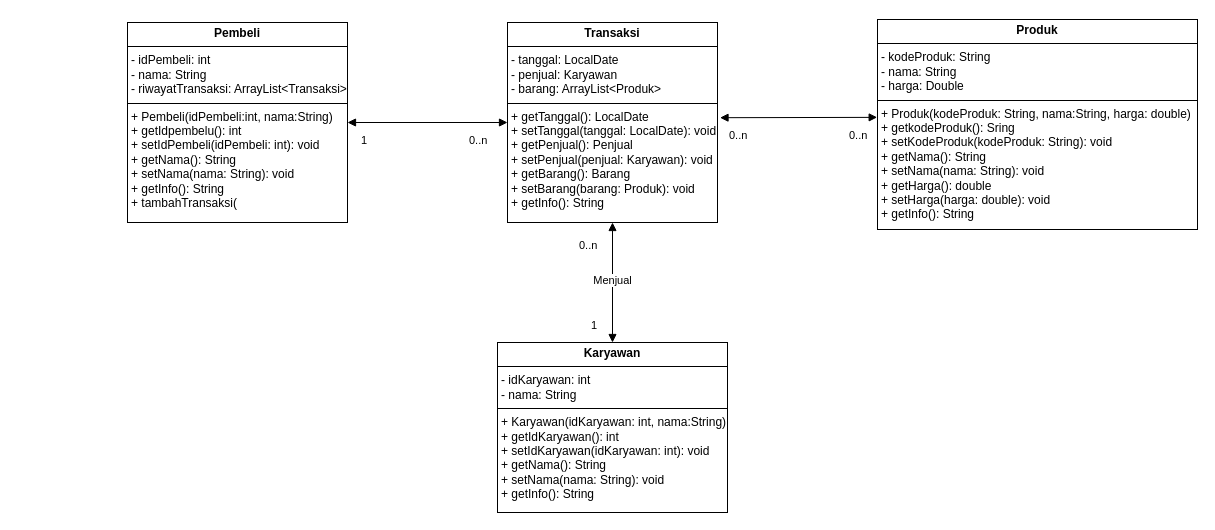
This is Class Diagram (PBO).drawio from roqueforti/PBO, a draw.io file, before an edit. Source tidied: cells renumbered, new cells numbered last; positions are measured from the earlier drawing's top-left corner, leaving out a move shared by most shapes. Both pictures are drawn from the tidied source at 100%, with x=0, y=0 at pixel (127, 19).
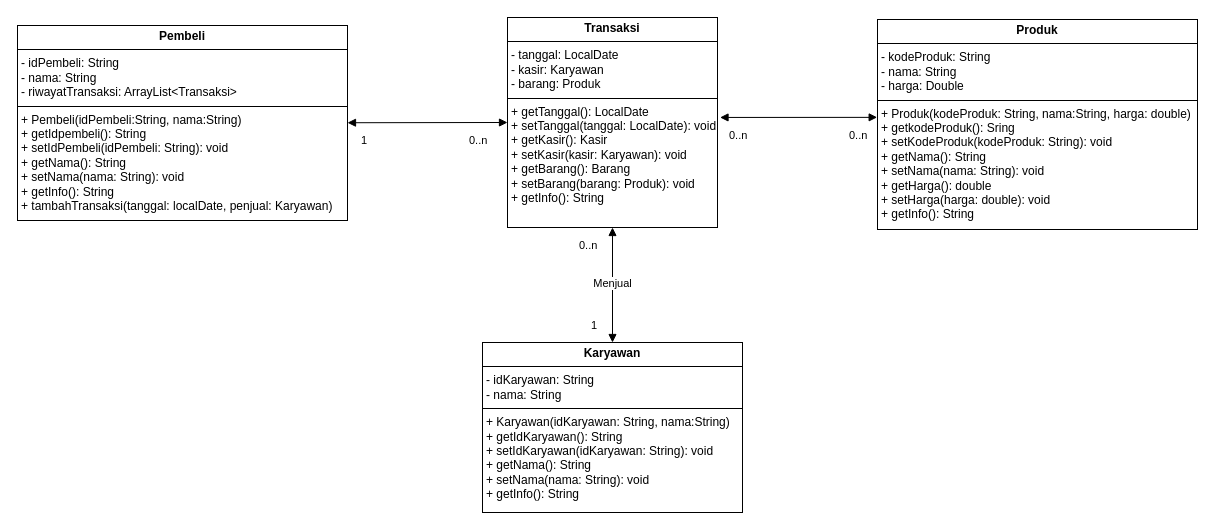
After the change.

Diff of the diagram source:
```diff
@@
 <mxGraphModel>
   <root>
     <mxCell id="0" />
     <mxCell id="1" parent="0" />
-    <mxCell id="2" value="&lt;p style=&quot;margin:0px;margin-top:4px;text-align:center;&quot;&gt;&lt;b&gt;Pembeli&lt;/b&gt;&lt;/p&gt;&lt;hr size=&quot;1&quot; style=&quot;border-style:solid;&quot;&gt;&lt;p style=&quot;margin:0px;margin-left:4px;&quot;&gt;- idPembeli: int&lt;/p&gt;&lt;p style=&quot;margin:0px;margin-left:4px;&quot;&gt;- nama: String&lt;/p&gt;&lt;p style=&quot;margin:0px;margin-left:4px;&quot;&gt;- riwayatTransaksi: ArrayList&amp;lt;Transaksi&amp;gt;&lt;/p&gt;&lt;hr size=&quot;1&quot; style=&quot;border-style:solid;&quot;&gt;&lt;p style=&quot;margin:0px;margin-left:4px;&quot;&gt;+ Pembeli(idPembeli:int, nama:String)&lt;/p&gt;&lt;p style=&quot;margin:0px;margin-left:4px;&quot;&gt;+ getIdpembelu(): int&lt;/p&gt;&lt;p style=&quot;margin:0px;margin-left:4px;&quot;&gt;+ setIdPembeli(idPembeli: int): void&lt;/p&gt;&lt;p style=&quot;margin:0px;margin-left:4px;&quot;&gt;+ getNama(): String&lt;/p&gt;&lt;p style=&quot;margin:0px;margin-left:4px;&quot;&gt;+ setNama(nama: String): void&lt;/p&gt;&lt;p style=&quot;margin:0px;margin-left:4px;&quot;&gt;+ getInfo(): String&lt;/p&gt;&lt;p style=&quot;margin:0px;margin-left:4px;&quot;&gt;+ tambahTransaksi(&lt;/p&gt;" style="verticalAlign=top;align=left;overflow=fill;html=1;whiteSpace=wrap;" parent="1" vertex="1">
-      <mxGeometry y="3" width="220" height="200" as="geometry" />
+    <mxCell id="2" value="&lt;p style=&quot;margin:0px;margin-top:4px;text-align:center;&quot;&gt;&lt;b&gt;Pembeli&lt;/b&gt;&lt;/p&gt;&lt;hr style=&quot;border-style:solid;&quot; size=&quot;1&quot;&gt;&lt;p style=&quot;margin:0px;margin-left:4px;&quot;&gt;- idPembeli: String&lt;br&gt;&lt;/p&gt;&lt;p style=&quot;margin:0px;margin-left:4px;&quot;&gt;- nama: String&lt;/p&gt;&lt;p style=&quot;margin:0px;margin-left:4px;&quot;&gt;- riwayatTransaksi: ArrayList&amp;lt;Transaksi&amp;gt;&lt;/p&gt;&lt;hr style=&quot;border-style:solid;&quot; size=&quot;1&quot;&gt;&lt;p style=&quot;margin:0px;margin-left:4px;&quot;&gt;+ Pembeli(idPembeli:String, nama:String)&lt;/p&gt;&lt;p style=&quot;margin:0px;margin-left:4px;&quot;&gt;+ getIdpembeli(): String&lt;br&gt;&lt;/p&gt;&lt;p style=&quot;margin:0px;margin-left:4px;&quot;&gt;+ setIdPembeli(idPembeli: String): void&lt;/p&gt;&lt;p style=&quot;margin:0px;margin-left:4px;&quot;&gt;+ getNama(): String&lt;/p&gt;&lt;p style=&quot;margin:0px;margin-left:4px;&quot;&gt;+ setNama(nama: String): void&lt;/p&gt;&lt;p style=&quot;margin:0px;margin-left:4px;&quot;&gt;+ getInfo(): String&lt;/p&gt;&lt;p style=&quot;margin:0px;margin-left:4px;&quot;&gt;+ tambahTransaksi(tanggal: localDate, penjual: Karyawan)&lt;br&gt;&lt;/p&gt;" style="verticalAlign=top;align=left;overflow=fill;html=1;whiteSpace=wrap;" parent="1" vertex="1">
+      <mxGeometry x="-110" y="6" width="330" height="195" as="geometry" />
     </mxCell>
-    <mxCell id="3" value="&lt;p style=&quot;margin:0px;margin-top:4px;text-align:center;&quot;&gt;&lt;b&gt;Transaksi&lt;/b&gt;&lt;/p&gt;&lt;hr size=&quot;1&quot; style=&quot;border-style:solid;&quot;&gt;&lt;p style=&quot;margin:0px;margin-left:4px;&quot;&gt;- tanggal: LocalDate&lt;/p&gt;&lt;p style=&quot;margin:0px;margin-left:4px;&quot;&gt;- penjual: Karyawan&lt;/p&gt;&lt;p style=&quot;margin:0px;margin-left:4px;&quot;&gt;- barang: ArrayList&amp;lt;Produk&amp;gt;&lt;/p&gt;&lt;hr size=&quot;1&quot; style=&quot;border-style:solid;&quot;&gt;&lt;p style=&quot;margin:0px;margin-left:4px;&quot;&gt;+ getTanggal(): LocalDate&lt;/p&gt;&lt;p style=&quot;margin:0px;margin-left:4px;&quot;&gt;+ setTanggal(tanggal: LocalDate): void&lt;/p&gt;&lt;p style=&quot;margin:0px;margin-left:4px;&quot;&gt;+ getPenjual(): Penjual&lt;/p&gt;&lt;p style=&quot;margin:0px;margin-left:4px;&quot;&gt;+ setPenjual(penjual: Karyawan): void&lt;/p&gt;&lt;p style=&quot;margin:0px;margin-left:4px;&quot;&gt;+ getBarang(): Barang&lt;/p&gt;&lt;p style=&quot;margin:0px;margin-left:4px;&quot;&gt;+ setBarang(barang: Produk): void&lt;/p&gt;&lt;p style=&quot;margin:0px;margin-left:4px;&quot;&gt;+ getInfo(): String&lt;/p&gt;" style="verticalAlign=top;align=left;overflow=fill;html=1;whiteSpace=wrap;" parent="1" vertex="1">
-      <mxGeometry x="380" y="3" width="210" height="200" as="geometry" />
+    <mxCell id="3" value="&lt;p style=&quot;margin:0px;margin-top:4px;text-align:center;&quot;&gt;&lt;b&gt;Transaksi&lt;/b&gt;&lt;/p&gt;&lt;hr style=&quot;border-style:solid;&quot; size=&quot;1&quot;&gt;&lt;p style=&quot;margin:0px;margin-left:4px;&quot;&gt;- tanggal: LocalDate&lt;/p&gt;&lt;p style=&quot;margin:0px;margin-left:4px;&quot;&gt;- kasir: Karyawan&lt;/p&gt;&lt;p style=&quot;margin:0px;margin-left:4px;&quot;&gt;- barang: Produk&lt;br&gt;&lt;/p&gt;&lt;hr style=&quot;border-style:solid;&quot; size=&quot;1&quot;&gt;&lt;p style=&quot;margin:0px;margin-left:4px;&quot;&gt;+ getTanggal(): LocalDate&lt;/p&gt;&lt;p style=&quot;margin:0px;margin-left:4px;&quot;&gt;+ setTanggal(tanggal: LocalDate): void&lt;/p&gt;&lt;p style=&quot;margin:0px;margin-left:4px;&quot;&gt;+ getKasir(): Kasir&lt;/p&gt;&lt;p style=&quot;margin:0px;margin-left:4px;&quot;&gt;+ setKasir(kasir: Karyawan): void&lt;/p&gt;&lt;p style=&quot;margin:0px;margin-left:4px;&quot;&gt;+ getBarang(): Barang&lt;/p&gt;&lt;p style=&quot;margin:0px;margin-left:4px;&quot;&gt;+ setBarang(barang: Produk): void&lt;/p&gt;&lt;p style=&quot;margin:0px;margin-left:4px;&quot;&gt;+ getInfo(): String&lt;/p&gt;" style="verticalAlign=top;align=left;overflow=fill;html=1;whiteSpace=wrap;" parent="1" vertex="1">
+      <mxGeometry x="380" y="-2" width="210" height="210" as="geometry" />
     </mxCell>
-    <mxCell id="4" value="&lt;p style=&quot;margin:0px;margin-top:4px;text-align:center;&quot;&gt;&lt;b&gt;Karyawan&lt;/b&gt;&lt;/p&gt;&lt;hr size=&quot;1&quot; style=&quot;border-style:solid;&quot;&gt;&lt;p style=&quot;margin:0px;margin-left:4px;&quot;&gt;- idKaryawan: int&lt;/p&gt;&lt;p style=&quot;margin:0px;margin-left:4px;&quot;&gt;- nama: String&lt;/p&gt;&lt;hr size=&quot;1&quot; style=&quot;border-style:solid;&quot;&gt;&lt;p style=&quot;margin:0px;margin-left:4px;&quot;&gt;+ Karyawan(idKaryawan: int, nama:String)&lt;/p&gt;&lt;p style=&quot;margin:0px;margin-left:4px;&quot;&gt;+ getIdKaryawan(): int&lt;/p&gt;&lt;p style=&quot;margin:0px;margin-left:4px;&quot;&gt;+ setIdKaryawan(idKaryawan: int): void&lt;/p&gt;&lt;p style=&quot;margin:0px;margin-left:4px;&quot;&gt;+ getNama(): String&lt;/p&gt;&lt;p style=&quot;margin:0px;margin-left:4px;&quot;&gt;+ setNama(nama: String): void&lt;/p&gt;&lt;p style=&quot;margin:0px;margin-left:4px;&quot;&gt;+ getInfo(): String&lt;/p&gt;" style="verticalAlign=top;align=left;overflow=fill;html=1;whiteSpace=wrap;" parent="1" vertex="1">
-      <mxGeometry x="370" y="323" width="230" height="170" as="geometry" />
+    <mxCell id="4" value="&lt;p style=&quot;margin:0px;margin-top:4px;text-align:center;&quot;&gt;&lt;b&gt;Karyawan&lt;/b&gt;&lt;/p&gt;&lt;hr style=&quot;border-style:solid;&quot; size=&quot;1&quot;&gt;&lt;p style=&quot;margin:0px;margin-left:4px;&quot;&gt;- idKaryawan: String&lt;br&gt;&lt;/p&gt;&lt;p style=&quot;margin:0px;margin-left:4px;&quot;&gt;- nama: String&lt;/p&gt;&lt;hr style=&quot;border-style:solid;&quot; size=&quot;1&quot;&gt;&lt;p style=&quot;margin:0px;margin-left:4px;&quot;&gt;+ Karyawan(idKaryawan: String, nama:String)&lt;/p&gt;&lt;p style=&quot;margin:0px;margin-left:4px;&quot;&gt;+ getIdKaryawan(): String&lt;br&gt;&lt;/p&gt;&lt;p style=&quot;margin:0px;margin-left:4px;&quot;&gt;+ setIdKaryawan(idKaryawan: String): void&lt;/p&gt;&lt;p style=&quot;margin:0px;margin-left:4px;&quot;&gt;+ getNama(): String&lt;/p&gt;&lt;p style=&quot;margin:0px;margin-left:4px;&quot;&gt;+ setNama(nama: String): void&lt;/p&gt;&lt;p style=&quot;margin:0px;margin-left:4px;&quot;&gt;+ getInfo(): String&lt;/p&gt;" style="verticalAlign=top;align=left;overflow=fill;html=1;whiteSpace=wrap;" parent="1" vertex="1">
+      <mxGeometry x="355" y="323" width="260" height="170" as="geometry" />
     </mxCell>
     <mxCell id="5" value="&lt;p style=&quot;margin:0px;margin-top:4px;text-align:center;&quot;&gt;&lt;b&gt;Produk&lt;/b&gt;&lt;/p&gt;&lt;hr size=&quot;1&quot; style=&quot;border-style:solid;&quot;&gt;&lt;p style=&quot;margin:0px;margin-left:4px;&quot;&gt;- kodeProduk: String&lt;/p&gt;&lt;p style=&quot;margin:0px;margin-left:4px;&quot;&gt;- nama: String&lt;/p&gt;&lt;p style=&quot;margin:0px;margin-left:4px;&quot;&gt;- harga: Double&lt;/p&gt;&lt;hr size=&quot;1&quot; style=&quot;border-style:solid;&quot;&gt;&lt;p style=&quot;margin:0px;margin-left:4px;&quot;&gt;+ Produk(kodeProduk: String, nama:String, harga: double)&lt;/p&gt;&lt;p style=&quot;margin:0px;margin-left:4px;&quot;&gt;+ getkodeProduk(): Sring&lt;/p&gt;&lt;p style=&quot;margin:0px;margin-left:4px;&quot;&gt;+ setKodeProduk(kodeProduk: String): void&lt;/p&gt;&lt;p style=&quot;margin:0px;margin-left:4px;&quot;&gt;+ getNama(): String&lt;/p&gt;&lt;p style=&quot;margin:0px;margin-left:4px;&quot;&gt;+ setNama(nama: String): void&lt;/p&gt;&lt;p style=&quot;margin:0px;margin-left:4px;&quot;&gt;+ getHarga(): double&lt;/p&gt;&lt;p style=&quot;margin:0px;margin-left:4px;&quot;&gt;+ setHarga(harga: double): void&lt;/p&gt;&lt;p style=&quot;margin:0px;margin-left:4px;&quot;&gt;+ getInfo(): String&lt;/p&gt;" style="verticalAlign=top;align=left;overflow=fill;html=1;whiteSpace=wrap;" parent="1" vertex="1">
       <mxGeometry x="750" width="320" height="210" as="geometry" />
     </mxCell>
     <mxCell id="6" style="endArrow=block;startArrow=block;endFill=1;startFill=1;html=1;rounded=0;entryX=0;entryY=0.5;entryDx=0;entryDy=0;curved=0;" parent="1" edge="1" source="2" target="3">
       <mxGeometry relative="1" as="geometry" />
     </mxCell>
     <mxCell id="7" style="endArrow=block;startArrow=block;endFill=1;startFill=1;html=1;rounded=0;entryX=-0.001;entryY=0.466;entryDx=0;entryDy=0;entryPerimeter=0;exitX=1.012;exitY=0.476;exitDx=0;exitDy=0;exitPerimeter=0;" parent="1" edge="1" source="3" target="5">
       <mxGeometry relative="1" as="geometry" />
     </mxCell>
     <mxCell id="8" style="endArrow=block;startArrow=block;endFill=1;startFill=1;html=1;rounded=0;entryX=0.5;entryY=1;entryDx=0;entryDy=0;exitX=0.5;exitY=0;exitDx=0;exitDy=0;" parent="1" edge="1" source="4" target="3">
       <mxGeometry relative="1" as="geometry" />
     </mxCell>
     <mxCell id="9" value="Menjual" style="edgeLabel;html=1;align=center;verticalAlign=middle;" parent="8" vertex="1">
       <mxGeometry x="0.05" y="1" relative="1" as="geometry" />
     </mxCell>
     <mxCell id="10" value="1" style="edgeLabel;html=1;align=right;verticalAlign=top;" parent="1" vertex="1">
       <mxGeometry x="240" y="108" as="geometry" />
     </mxCell>
     <mxCell id="11" value="0..n" style="edgeLabel;html=1;align=left;verticalAlign=top;" parent="1" vertex="1">
       <mxGeometry x="340" y="108" as="geometry" />
     </mxCell>
     <mxCell id="12" value="1" style="edgeLabel;html=1;align=right;verticalAlign=top;" parent="1" vertex="1">
       <mxGeometry x="470" y="293" as="geometry" />
     </mxCell>
     <mxCell id="13" value="0..n" style="edgeLabel;html=1;align=left;verticalAlign=top;" parent="1" vertex="1">
       <mxGeometry x="450" y="213" as="geometry" />
     </mxCell>
     <mxCell id="14" value="0..n" style="edgeLabel;html=1;align=left;verticalAlign=top;" parent="1" vertex="1">
       <mxGeometry x="600" y="103" as="geometry" />
     </mxCell>
     <mxCell id="15" value="0..n" style="edgeLabel;html=1;align=left;verticalAlign=top;" parent="1" vertex="1">
       <mxGeometry x="720" y="103" as="geometry" />
     </mxCell>
   </root>
 </mxGraphModel>
```
